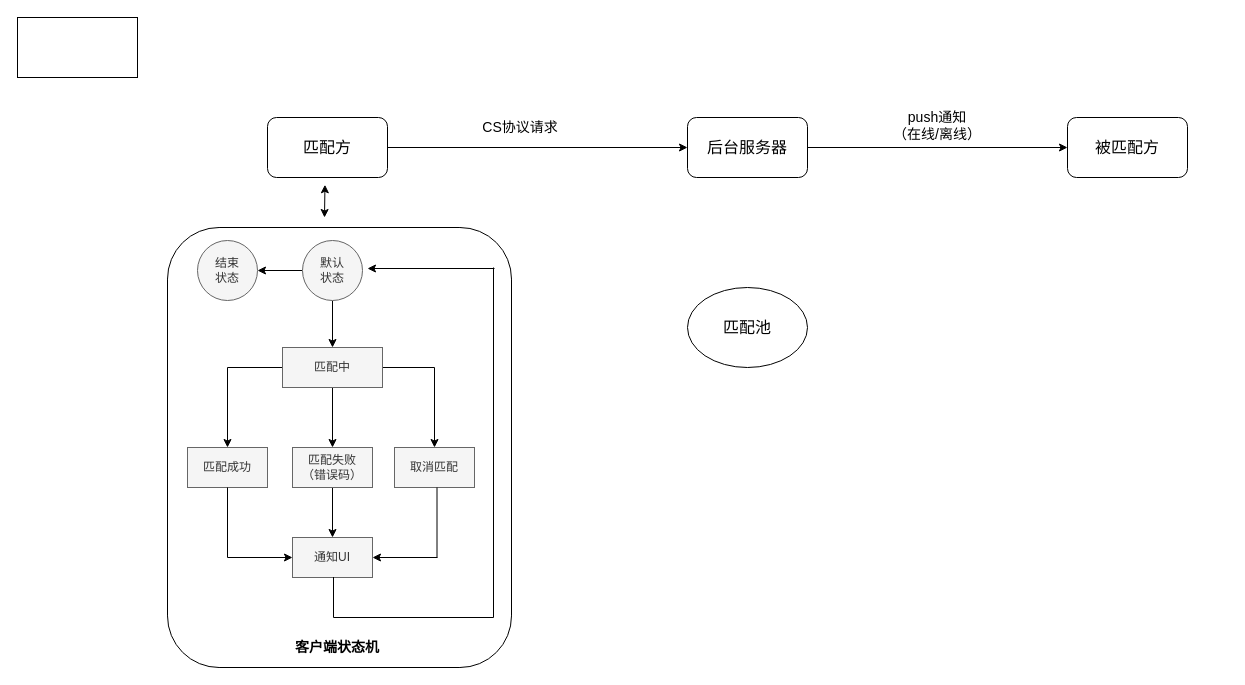
wind1096471134/Brainstorming keeps this draw.io diagram as page "kuolie" (4 of 4) of t3.drawio. Above is the earlier version. Source tidied: cells renumbered, new cells numbered last; positions are measured from the earlier drawing's top-left corner, leaving out a move shared by most shapes. Both pictures are drawn from the tidied source at 100%, with x=0, y=0 at pixel (17, 17).
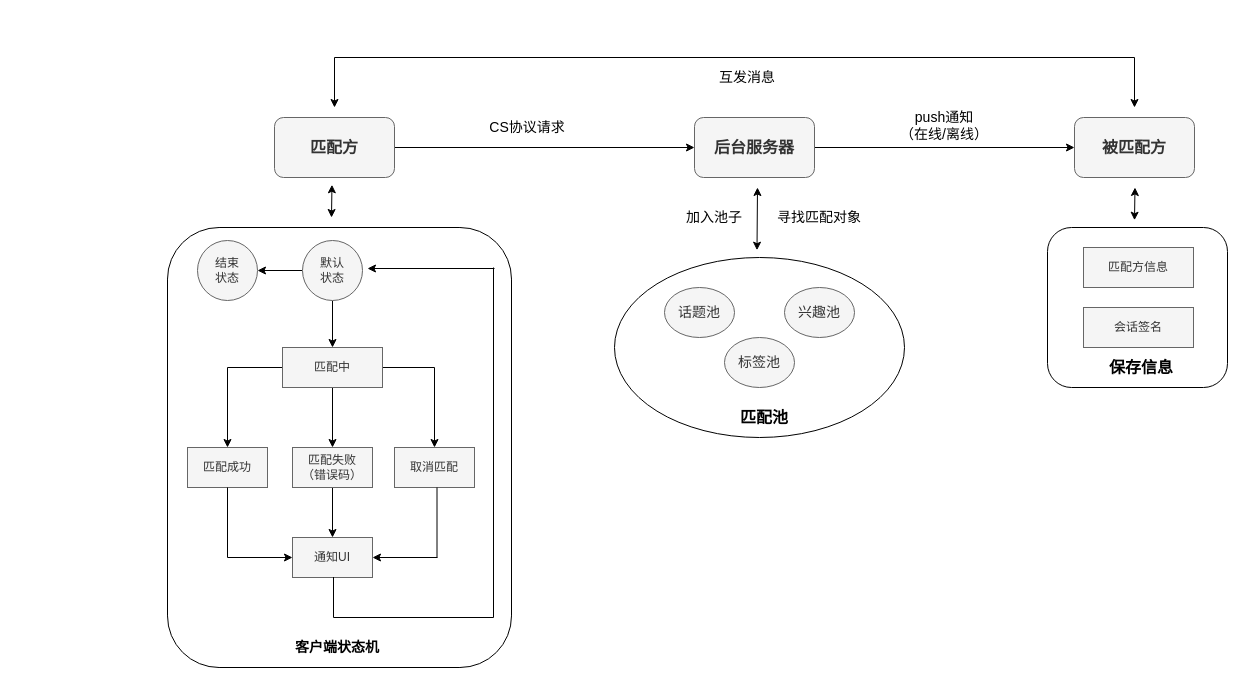
Above is the later version.

Diff of the diagram source:
```diff
@@
-    <mxCell id="4" value="&lt;font style=&quot;font-size: 16px&quot;&gt;后台服务器&lt;/font&gt;" style="rounded=1;whiteSpace=wrap;html=1;" parent="1" vertex="1">
-      <mxGeometry x="670" y="100" width="120" height="60" as="geometry" />
+    <mxCell id="4" value="&lt;font style=&quot;font-size: 16px&quot;&gt;&lt;b&gt;后台服务器&lt;/b&gt;&lt;/font&gt;" style="rounded=1;whiteSpace=wrap;html=1;fillColor=#f5f5f5;strokeColor=#666666;fontColor=#333333;" parent="1" vertex="1">
+      <mxGeometry x="677" y="100" width="120" height="60" as="geometry" />
     </mxCell>
@@
-    <mxCell id="6" value="&lt;font style=&quot;font-size: 16px&quot;&gt;匹配方&lt;/font&gt;" style="rounded=1;whiteSpace=wrap;html=1;" parent="1" vertex="1">
-      <mxGeometry x="250" y="100" width="120" height="60" as="geometry" />
+    <mxCell id="6" value="&lt;font style=&quot;font-size: 16px&quot;&gt;&lt;b&gt;匹配方&lt;/b&gt;&lt;/font&gt;" style="rounded=1;whiteSpace=wrap;html=1;fillColor=#f5f5f5;strokeColor=#666666;fontColor=#333333;" parent="1" vertex="1">
+      <mxGeometry x="257" y="100" width="120" height="60" as="geometry" />
     </mxCell>
@@
-    <mxCell id="26" style="rounded=0;whiteSpace=wrap;html=1;fillColor=#ffffff;gradientColor=none;" parent="1" vertex="1">
-      <mxGeometry width="120" height="60" as="geometry" />
-    </mxCell>
     <mxCell id="27" style="endArrow=classic;startArrow=classic;html=1;entryX=0.479;entryY=1.121;entryDx=0;entryDy=0;entryPerimeter=0;" parent="1" edge="1" target="6">
       <mxGeometry relative="1" as="geometry">
-        <mxPoint x="307" y="200" as="sourcePoint" />
+        <mxPoint x="314" y="200" as="sourcePoint" />
       </mxGeometry>
     </mxCell>
@@
-    <mxCell id="29" value="&lt;font style=&quot;font-size: 16px&quot;&gt;被匹配方&lt;/font&gt;" style="rounded=1;whiteSpace=wrap;html=1;" parent="1" vertex="1">
-      <mxGeometry x="1050" y="100" width="120" height="60" as="geometry" />
+    <mxCell id="29" value="&lt;font style=&quot;font-size: 16px&quot;&gt;&lt;b&gt;被匹配方&lt;/b&gt;&lt;/font&gt;" style="rounded=1;whiteSpace=wrap;html=1;fillColor=#f5f5f5;strokeColor=#666666;fontColor=#333333;" parent="1" vertex="1">
+      <mxGeometry x="1057" y="100" width="120" height="60" as="geometry" />
     </mxCell>
     <mxCell id="30" value="&lt;font style=&quot;font-size: 14px&quot;&gt;CS协议请求&lt;/font&gt;" style="text;html=1;strokeColor=none;fillColor=none;align=center;verticalAlign=middle;whiteSpace=wrap;rounded=0;" parent="1" vertex="1">
-      <mxGeometry x="460" y="100" width="86" height="20" as="geometry" />
+      <mxGeometry x="467" y="100" width="86" height="20" as="geometry" />
     </mxCell>
     <mxCell id="31" value="&lt;font style=&quot;font-size: 14px&quot;&gt;push通知&lt;br&gt;（在线/离线）&lt;/font&gt;" style="text;html=1;strokeColor=none;fillColor=none;align=center;verticalAlign=middle;whiteSpace=wrap;rounded=0;" parent="1" vertex="1">
-      <mxGeometry x="870" y="98" width="100" height="20" as="geometry" />
+      <mxGeometry x="877" y="98" width="100" height="20" as="geometry" />
     </mxCell>
@@
-    <mxCell id="33" value="&lt;font style=&quot;font-size: 16px&quot;&gt;匹配池&lt;/font&gt;" style="ellipse;whiteSpace=wrap;html=1;fillColor=#ffffff;gradientColor=none;" parent="1" vertex="1">
-      <mxGeometry x="670" y="270" width="120" height="80" as="geometry" />
+    <mxCell id="33" style="ellipse;whiteSpace=wrap;html=1;" parent="1" vertex="1">
+      <mxGeometry x="597" y="240" width="290" height="180" as="geometry" />
     </mxCell>
+    <mxCell id="34" value="&lt;font style=&quot;font-size: 14px&quot;&gt;兴趣池&lt;/font&gt;" style="ellipse;whiteSpace=wrap;html=1;fillColor=#f5f5f5;strokeColor=#666666;fontColor=#333333;" parent="1" vertex="1">
+      <mxGeometry x="767" y="270" width="70" height="50" as="geometry" />
+    </mxCell>
+    <mxCell id="35" value="&lt;font style=&quot;font-size: 14px&quot;&gt;话题池&lt;/font&gt;" style="ellipse;whiteSpace=wrap;html=1;fillColor=#f5f5f5;strokeColor=#666666;fontColor=#333333;" parent="1" vertex="1">
+      <mxGeometry x="647" y="270" width="70" height="50" as="geometry" />
+    </mxCell>
+    <mxCell id="36" value="&lt;font style=&quot;font-size: 14px&quot;&gt;标签池&lt;/font&gt;" style="ellipse;whiteSpace=wrap;html=1;fillColor=#f5f5f5;strokeColor=#666666;fontColor=#333333;" parent="1" vertex="1">
+      <mxGeometry x="707" y="320" width="70" height="50" as="geometry" />
+    </mxCell>
+    <mxCell id="37" value="&lt;font style=&quot;font-size: 16px&quot;&gt;&lt;b&gt;匹配池&lt;/b&gt;&lt;/font&gt;" style="text;html=1;strokeColor=none;fillColor=none;align=center;verticalAlign=middle;whiteSpace=wrap;rounded=0;" parent="1" vertex="1">
+      <mxGeometry x="717" y="390" width="60" height="20" as="geometry" />
+    </mxCell>
+    <mxCell id="38" style="endArrow=classic;startArrow=classic;html=1;" parent="1" edge="1">
+      <mxGeometry relative="1" as="geometry">
+        <mxPoint x="739.5" y="232.7" as="sourcePoint" />
+        <mxPoint x="740" y="170" as="targetPoint" />
+      </mxGeometry>
+    </mxCell>
+    <mxCell id="39" value="&lt;font style=&quot;font-size: 14px&quot;&gt;加入池子&lt;/font&gt;" style="text;html=1;strokeColor=none;fillColor=none;align=center;verticalAlign=middle;whiteSpace=wrap;rounded=0;" parent="1" vertex="1">
+      <mxGeometry x="667" y="190" width="60" height="20" as="geometry" />
+    </mxCell>
+    <mxCell id="40" value="&lt;font style=&quot;font-size: 14px&quot;&gt;寻找匹配对象&lt;/font&gt;" style="text;html=1;strokeColor=none;fillColor=none;align=center;verticalAlign=middle;whiteSpace=wrap;rounded=0;" parent="1" vertex="1">
+      <mxGeometry x="757" y="190" width="90" height="20" as="geometry" />
+    </mxCell>
+    <mxCell id="41" style="endArrow=classic;html=1;" parent="1" edge="1">
+      <mxGeometry relative="1" as="geometry">
+        <mxPoint x="317" y="40" as="sourcePoint" />
+        <mxPoint x="317" y="90" as="targetPoint" />
+      </mxGeometry>
+    </mxCell>
+    <mxCell id="42" style="endArrow=none;html=1;" parent="1" edge="1">
+      <mxGeometry relative="1" as="geometry">
+        <mxPoint x="317" y="40" as="sourcePoint" />
+        <mxPoint x="1117" y="40" as="targetPoint" />
+      </mxGeometry>
+    </mxCell>
+    <mxCell id="43" style="endArrow=classic;html=1;" parent="1" edge="1">
+      <mxGeometry relative="1" as="geometry">
+        <mxPoint x="1117" y="40" as="sourcePoint" />
+        <mxPoint x="1117" y="90" as="targetPoint" />
+      </mxGeometry>
+    </mxCell>
+    <mxCell id="44" value="&lt;font style=&quot;font-size: 14px&quot;&gt;互发消息&lt;/font&gt;" style="text;html=1;strokeColor=none;fillColor=none;align=center;verticalAlign=middle;whiteSpace=wrap;rounded=0;" parent="1" vertex="1">
+      <mxGeometry x="687" y="50" width="86" height="20" as="geometry" />
+    </mxCell>
+    <mxCell id="45" style="rounded=1;whiteSpace=wrap;html=1;fillColor=#ffffff;gradientColor=none;" parent="1" vertex="1">
+      <mxGeometry x="1030" y="210" width="180" height="160" as="geometry" />
+    </mxCell>
+    <mxCell id="46" value="匹配方信息" style="rounded=0;whiteSpace=wrap;html=1;fillColor=#f5f5f5;strokeColor=#666666;fontColor=#333333;" parent="1" vertex="1">
+      <mxGeometry x="1066" y="230" width="110" height="40" as="geometry" />
+    </mxCell>
+    <mxCell id="47" value="会话签名" style="rounded=0;whiteSpace=wrap;html=1;fillColor=#f5f5f5;strokeColor=#666666;fontColor=#333333;" parent="1" vertex="1">
+      <mxGeometry x="1066" y="290" width="110" height="40" as="geometry" />
+    </mxCell>
+    <mxCell id="48" value="&lt;font style=&quot;font-size: 16px&quot;&gt;&lt;b&gt;保存信息&lt;/b&gt;&lt;/font&gt;" style="text;html=1;strokeColor=none;fillColor=none;align=center;verticalAlign=middle;whiteSpace=wrap;rounded=0;" parent="1" vertex="1">
+      <mxGeometry x="1089" y="340" width="70" height="20" as="geometry" />
+    </mxCell>
+    <mxCell id="49" style="endArrow=classic;startArrow=classic;html=1;entryX=0.479;entryY=1.121;entryDx=0;entryDy=0;entryPerimeter=0;" parent="1" edge="1">
+      <mxGeometry relative="1" as="geometry">
+        <mxPoint x="1117" y="202.7" as="sourcePoint" />
+        <mxPoint x="1117.5" y="170" as="targetPoint" />
+      </mxGeometry>
+    </mxCell>
```
